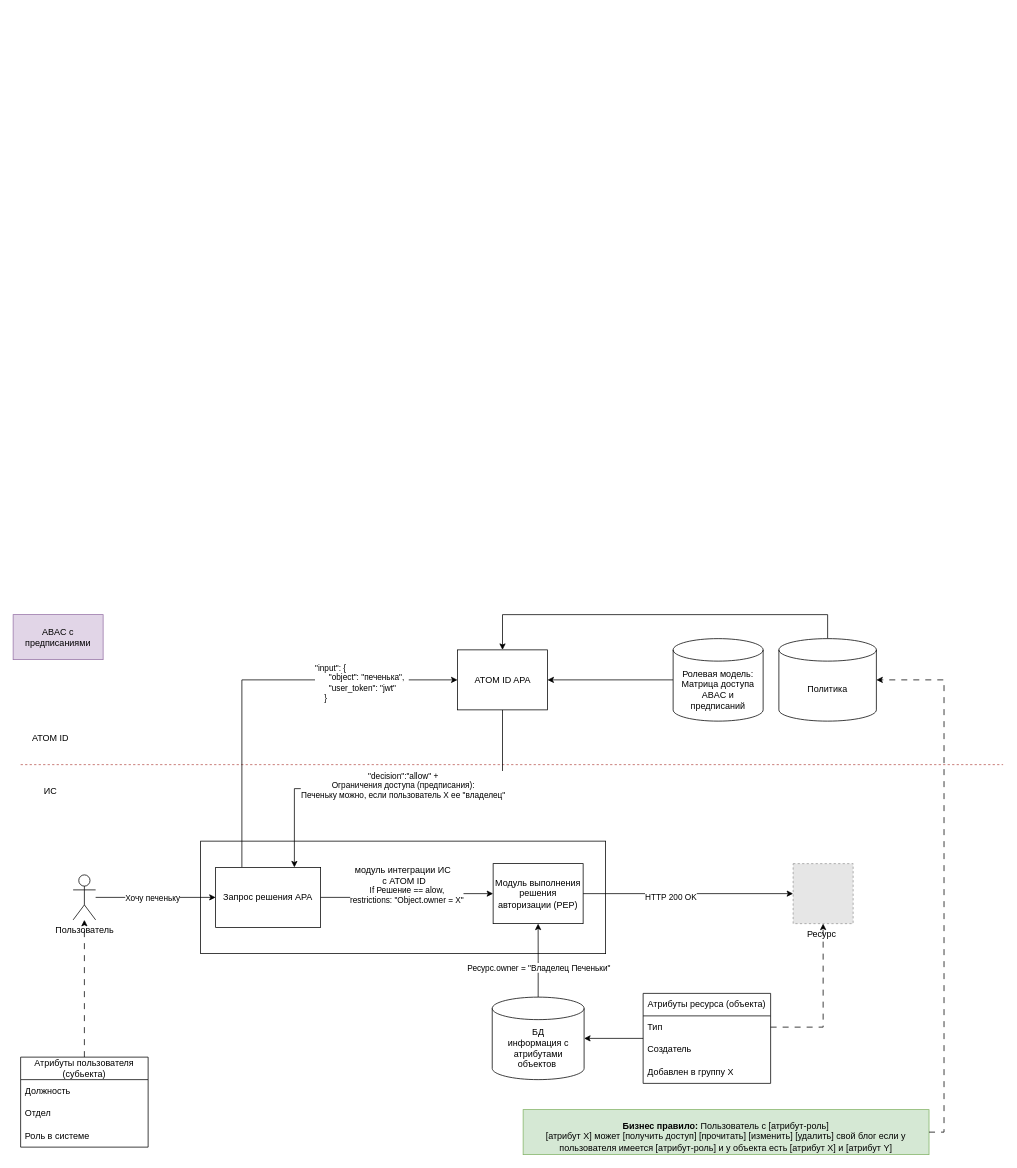
Above: page "АРХ.AUTHZ.ABAC3" (5 of 5) of AppSec/Арх.паттерны.drawio in FIR-UIII/notes (draw.io), before the change. Source tidied: cells renumbered, new cells numbered last; positions are measured from the earlier drawing's top-left corner, leaving out a move shared by most shapes. Both pictures are drawn from the tidied source at 75%, with x=0, y=0 at pixel (13, 614). Pictures stored in the file or linked from it are replaced by grey dashed boxes.
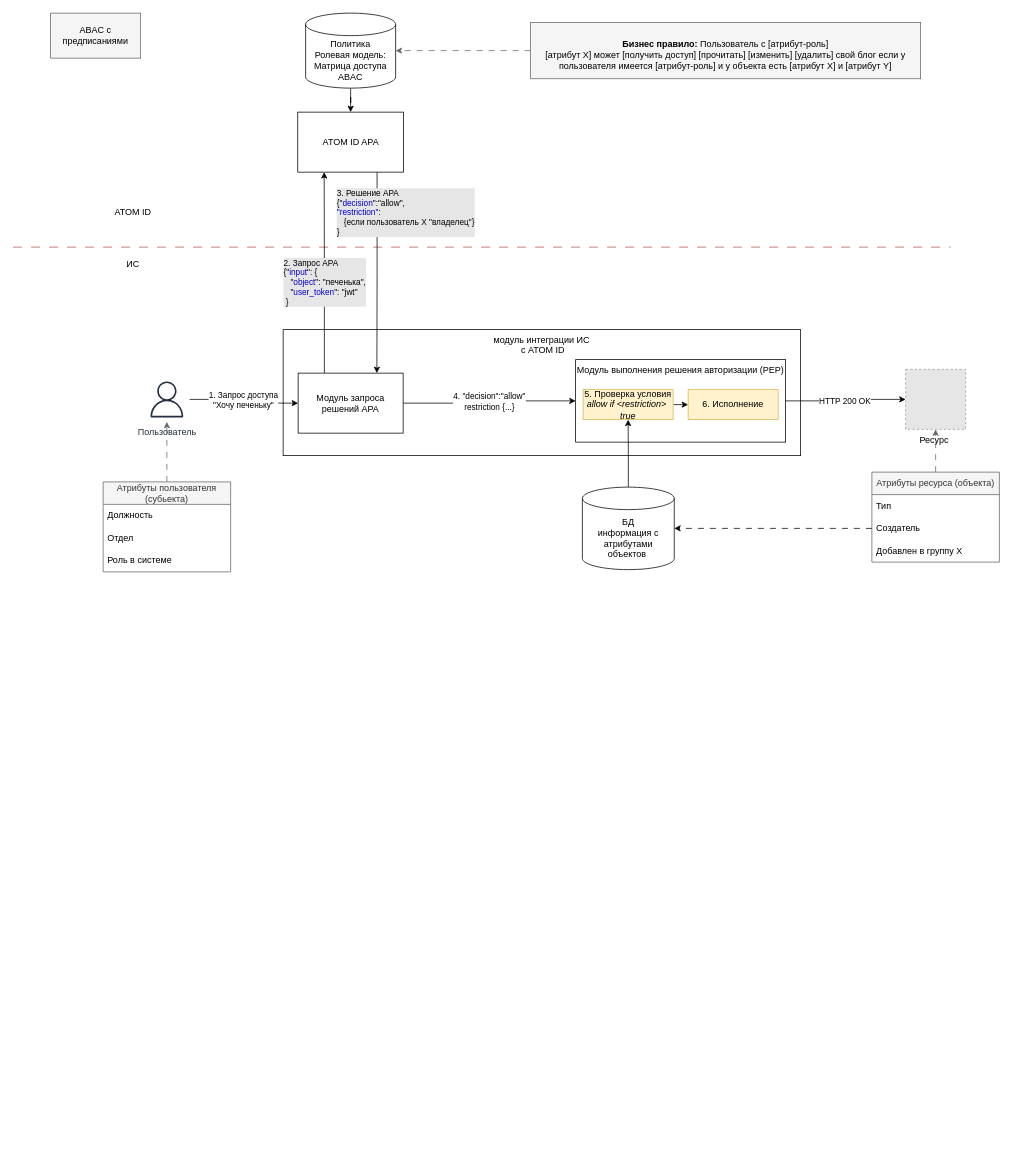
After the change.

The change refers to these unchanged cells:
```xml
<mxCell id="14" style="edgeStyle=orthogonalEdgeStyle;rounded=0;jettySize=auto;html=1;exitX=1;exitY=0.5;exitDx=0;exitDy=0;entryX=0;entryY=0.5;entryDx=0;entryDy=0;" parent="1" edge="1" source="7" target="16">
  <mxGeometry relative="1" as="geometry" />
</mxCell>
<mxCell id="25" value="Тип" style="text;strokeColor=none;fillColor=none;align=left;verticalAlign=middle;spacingLeft=4;spacingRight=4;overflow=hidden;points=[[0,0.5],[1,0.5]];portConstraint=eastwest;whiteSpace=wrap;html=1;" parent="24" vertex="1">
  <mxGeometry y="30" width="170" height="30" as="geometry" />
</mxCell>
<mxCell id="26" value="Создатель" style="text;strokeColor=none;fillColor=none;align=left;verticalAlign=middle;spacingLeft=4;spacingRight=4;overflow=hidden;points=[[0,0.5],[1,0.5]];portConstraint=eastwest;whiteSpace=wrap;html=1;" parent="24" vertex="1">
  <mxGeometry y="60" width="170" height="30" as="geometry" />
</mxCell>
```

Diff of the diagram source:
```diff
@@
-    <mxCell id="2" value="модуль интеграции ИС&lt;br&gt;&amp;nbsp;с ATOM ID&lt;br&gt;&lt;br&gt;&lt;br&gt;&lt;br&gt;&lt;div&gt;&lt;br/&gt;&lt;/div&gt;" style="rounded=0;whiteSpace=wrap;html=1;" parent="1" vertex="1">
-      <mxGeometry x="250" y="302" width="540" height="150" as="geometry" />
+    <mxCell id="2" value="модуль интеграции ИС&lt;br&gt;&amp;nbsp;с ATOM ID&lt;br&gt;&lt;br&gt;&lt;br&gt;&lt;br&gt;&lt;div&gt;&lt;br&gt;&lt;/div&gt;" style="rounded=0;whiteSpace=wrap;html=1;verticalAlign=top;" parent="1" vertex="1">
+      <mxGeometry x="360" y="-380" width="690" height="168" as="geometry" />
     </mxCell>
-    <mxCell id="3" style="edgeStyle=orthogonalEdgeStyle;rounded=0;jettySize=auto;html=1;entryX=1;entryY=0.5;entryDx=0;entryDy=0;entryPerimeter=0;" parent="1" edge="1" source="24" target="31">
-      <mxGeometry relative="1" as="geometry" />
-    </mxCell>
-    <mxCell id="4" style="endArrow=none;dashed=1;html=1;rounded=0;fillColor=#f8cecc;strokeColor=#b85450;" parent="1" edge="1">
-      <mxGeometry relative="1" as="geometry">
-        <mxPoint x="10" y="200" as="sourcePoint" />
-        <mxPoint x="1320" y="200" as="targetPoint" />
-      </mxGeometry>
-    </mxCell>
-    <mxCell id="5" style="edgeStyle=orthogonalEdgeStyle;rounded=0;jettySize=auto;html=1;entryX=0;entryY=0.5;entryDx=0;entryDy=0;exitX=0.25;exitY=0;exitDx=0;exitDy=0;" parent="1" edge="1" source="32" target="10">
-      <mxGeometry relative="1" as="geometry" />
-    </mxCell>
-    <mxCell id="6" value="&lt;span style=&quot;&quot;&gt;&quot;input&quot;: { &amp;nbsp; &amp;nbsp; &amp;nbsp;&lt;/span&gt;&lt;br style=&quot;&quot;&gt;&lt;span style=&quot;&quot;&gt;&amp;nbsp; &amp;nbsp; &amp;nbsp; &quot;object&quot;: &quot;печенька&quot;,&amp;nbsp;&amp;nbsp;&lt;/span&gt;&lt;br style=&quot;&quot;&gt;&lt;span style=&quot;&quot;&gt;&amp;nbsp; &amp;nbsp; &amp;nbsp; &quot;user_token&quot;: &quot;jwt&quot;&lt;/span&gt;&lt;br style=&quot;&quot;&gt;&lt;span style=&quot;&quot;&gt;&amp;nbsp; &amp;nbsp; }&lt;/span&gt;" style="edgeLabel;html=1;align=left;verticalAlign=middle;fontFamily=Helvetica;fontSize=11;fontColor=default;labelBackgroundColor=default;fillColor=none;gradientColor=none;" parent="5" vertex="1">
-      <mxGeometry x="0.35" y="-3" relative="1" as="geometry">
-        <mxPoint x="-17" as="offset" />
-      </mxGeometry>
-    </mxCell>
+    <mxCell id="41" style="endArrow=none;dashed=1;html=1;rounded=0;fillColor=#f8cecc;strokeColor=#b85450;dashPattern=12 12;" parent="1" edge="1">
+      <mxGeometry relative="1" as="geometry">
+        <mxPoint y="-490" as="sourcePoint" />
+        <mxPoint x="1250" y="-490" as="targetPoint" />
+      </mxGeometry>
+    </mxCell>
+    <mxCell id="42" style="edgeStyle=orthogonalEdgeStyle;rounded=0;jettySize=auto;html=1;entryX=0.25;entryY=1;entryDx=0;entryDy=0;exitX=0.25;exitY=0;exitDx=0;exitDy=0;" parent="1" edge="1" source="49" target="10">
+      <mxGeometry relative="1" as="geometry" />
+    </mxCell>
+    <mxCell id="43" value="&lt;div style=&quot;color: rgb(59, 59, 59); font-family: Consolas, &amp;quot;Courier New&amp;quot;, monospace; font-size: 14px; line-height: 19px; white-space-collapse: preserve;&quot;&gt;&lt;br&gt;&lt;/div&gt;" style="edgeLabel;html=1;align=center;verticalAlign=middle;" parent="42" vertex="1">
+      <mxGeometry x="-0.15" relative="1" as="geometry">
+        <mxPoint x="145" y="-38" as="offset" />
+      </mxGeometry>
+    </mxCell>
+    <mxCell id="44" value="2. Запрос APA&lt;div&gt;{&quot;&lt;font style=&quot;color: rgb(0, 0, 204);&quot;&gt;input&lt;/font&gt;&quot;: { &amp;nbsp; &amp;nbsp; &amp;nbsp; &lt;br&gt;&amp;nbsp; &amp;nbsp;&quot;&lt;font style=&quot;color: rgb(0, 0, 204);&quot;&gt;object&lt;/font&gt;&quot;: &quot;печенька&quot;,&lt;br&gt;&amp;nbsp; &amp;nbsp;&quot;&lt;font style=&quot;color: rgb(0, 0, 204);&quot;&gt;user_token&lt;/font&gt;&quot;: &quot;jwt&quot;&lt;br&gt;&amp;nbsp;}&lt;/div&gt;" style="edgeLabel;html=1;align=left;verticalAlign=middle;spacing=0;labelBackgroundColor=#E6E6E6;" parent="42" vertex="1">
+      <mxGeometry x="0.32" relative="1" as="geometry">
+        <mxPoint x="-54" y="55" as="offset" />
+      </mxGeometry>
+    </mxCell>
-    <mxCell id="7" value="Модуль выполнения решения авторизации (&lt;span style=&quot;background-color: initial;&quot;&gt;PEP)&lt;/span&gt;" style="rounded=0;whiteSpace=wrap;html=1;" parent="1" vertex="1">
-      <mxGeometry x="640" y="332" width="120" height="80" as="geometry" />
+    <mxCell id="7" value="Модуль выполнения решения авторизации (&lt;span style=&quot;background-color: initial;&quot;&gt;PEP)&lt;/span&gt;" style="rounded=0;whiteSpace=wrap;html=1;verticalAlign=top;" parent="1" vertex="1">
+      <mxGeometry x="750" y="-340" width="280" height="110" as="geometry" />
     </mxCell>
-    <mxCell id="8" style="edgeStyle=orthogonalEdgeStyle;rounded=0;jettySize=auto;html=1;exitX=0.5;exitY=1;exitDx=0;exitDy=0;entryX=0.75;entryY=0;entryDx=0;entryDy=0;" parent="1" edge="1" source="10" target="32">
-      <mxGeometry relative="1" as="geometry" />
-    </mxCell>
-    <mxCell id="9" value="&quot;decision&quot;:&quot;allow&quot; +&lt;br&gt;&lt;div&gt;Ограничения доступа (предписания):&lt;br&gt;Печеньку можно, если пользователь Х ее &quot;владелец&quot;&lt;/div&gt;" style="edgeLabel;html=1;align=center;verticalAlign=middle;labelBackgroundColor=default;" parent="8" vertex="1">
-      <mxGeometry x="0.16" relative="1" as="geometry">
-        <mxPoint x="45" y="-5" as="offset" />
-      </mxGeometry>
-    </mxCell>
+    <mxCell id="45" style="edgeStyle=orthogonalEdgeStyle;rounded=0;jettySize=auto;html=1;exitX=0.75;exitY=1;exitDx=0;exitDy=0;entryX=0.75;entryY=0;entryDx=0;entryDy=0;" parent="1" edge="1" source="10" target="49">
+      <mxGeometry relative="1" as="geometry" />
+    </mxCell>
+    <mxCell id="46" value="3. Решение APA&lt;div&gt;{&quot;&lt;font style=&quot;color: rgb(0, 0, 204);&quot;&gt;decision&lt;/font&gt;&quot;:&quot;allow&quot;,&lt;/div&gt;&lt;div&gt;&lt;font style=&quot;color: rgb(0, 0, 204);&quot;&gt;&quot;restriction&quot;&lt;/font&gt;:&amp;nbsp;&lt;/div&gt;&lt;div&gt;&amp;nbsp; &amp;nbsp;{&lt;span style=&quot;background-color: light-dark(rgb(230, 230, 230), rgb(39, 39, 39)); color: light-dark(rgb(0, 0, 0), rgb(255, 255, 255));&quot;&gt;если пользователь Х &quot;владелец&quot;&lt;/span&gt;&lt;span style=&quot;background-color: light-dark(rgb(230, 230, 230), rgb(39, 39, 39)); color: light-dark(rgb(0, 0, 0), rgb(255, 255, 255));&quot;&gt;}&lt;/span&gt;&lt;/div&gt;&lt;div&gt;&lt;span style=&quot;background-color: light-dark(rgb(230, 230, 230), rgb(39, 39, 39)); color: light-dark(rgb(0, 0, 0), rgb(255, 255, 255));&quot;&gt;}&lt;/span&gt;&lt;/div&gt;" style="edgeLabel;html=1;align=left;verticalAlign=middle;labelBackgroundColor=#E6E6E6;" parent="45" vertex="1">
+      <mxGeometry x="0.16" relative="1" as="geometry">
+        <mxPoint x="-55" y="-102" as="offset" />
+      </mxGeometry>
+    </mxCell>
     <mxCell id="10" value="ATOM ID APA" style="rounded=0;whiteSpace=wrap;html=1;" parent="1" vertex="1">
-      <mxGeometry x="592.5" y="47" width="120" height="80" as="geometry" />
+      <mxGeometry x="379.5" y="-670" width="141" height="80" as="geometry" />
     </mxCell>
-    <mxCell id="11" style="edgeStyle=orthogonalEdgeStyle;rounded=0;jettySize=auto;html=1;entryX=0;entryY=0.5;entryDx=0;entryDy=0;" parent="1" edge="1" source="13" target="32">
-      <mxGeometry relative="1" as="geometry" />
-    </mxCell>
-    <mxCell id="12" value="Хочу печеньку" style="edgeLabel;html=1;align=center;verticalAlign=middle;" parent="11" vertex="1">
-      <mxGeometry x="-0.16" y="-1" relative="1" as="geometry">
-        <mxPoint x="8" y="-1" as="offset" />
-      </mxGeometry>
-    </mxCell>
-    <mxCell id="13" value="Пользователь" style="shape=umlActor;verticalLabelPosition=bottom;verticalAlign=top;html=1;outlineConnect=0;" parent="1" vertex="1">
-      <mxGeometry x="80" y="347" width="30" height="60" as="geometry" />
-    </mxCell>
+    <mxCell id="47" style="edgeStyle=orthogonalEdgeStyle;rounded=0;jettySize=auto;html=1;entryX=0;entryY=0.5;entryDx=0;entryDy=0;" parent="1" edge="1" source="13" target="49">
+      <mxGeometry relative="1" as="geometry" />
+    </mxCell>
+    <mxCell id="48" value="1. Запрос доступа&lt;div&gt;&quot;Хочу печеньку&quot;&lt;/div&gt;" style="edgeLabel;html=1;align=center;verticalAlign=middle;" parent="47" vertex="1">
+      <mxGeometry x="-0.16" y="-1" relative="1" as="geometry">
+        <mxPoint x="8" y="-1" as="offset" />
+      </mxGeometry>
+    </mxCell>
@@
     <mxCell id="15" value="HTTP 200 OK" style="edgeLabel;html=1;align=center;verticalAlign=middle;" parent="14" vertex="1">
       <mxGeometry x="-0.18" y="-4" relative="1" as="geometry">
-        <mxPoint x="1" as="offset" />
+        <mxPoint x="12" y="-4" as="offset" />
       </mxGeometry>
     </mxCell>
     <mxCell id="16" value="Ресурс " style="fillColor=#E6E6E6;strokeColor=#999999;dashed=1;verticalLabelPosition=bottom;labelBackgroundColor=default;verticalAlign=top;" parent="1" vertex="1">
-      <mxGeometry x="1040" y="332" width="80" height="80" as="geometry" />
+      <mxGeometry x="1190" y="-327" width="80" height="80" as="geometry" />
     </mxCell>
-    <mxCell id="17" style="edgeStyle=orthogonalEdgeStyle;rounded=0;jettySize=auto;html=1;exitX=0;exitY=0.5;exitDx=0;exitDy=0;exitPerimeter=0;entryX=1;entryY=0.5;entryDx=0;entryDy=0;" parent="1" edge="1" source="18" target="10">
-      <mxGeometry relative="1" as="geometry" />
-    </mxCell>
-    <mxCell id="18" value="Ролевая модель:&lt;br&gt;Матрица доступа ABAC и предписаний" style="shape=cylinder3;whiteSpace=wrap;html=1;boundedLbl=1;backgroundOutline=1;size=15;" parent="1" vertex="1">
-      <mxGeometry x="880" y="32" width="120" height="110" as="geometry" />
-    </mxCell>
-    <mxCell id="19" style="edgeStyle=orthogonalEdgeStyle;rounded=0;jettySize=auto;html=1;dashed=1;dashPattern=8 8;" parent="1" edge="1" source="20" target="13">
+    <mxCell id="19" style="edgeStyle=orthogonalEdgeStyle;rounded=0;jettySize=auto;html=1;dashed=1;dashPattern=8 8;fillColor=#f5f5f5;strokeColor=#666666;exitX=0.5;exitY=0;exitDx=0;exitDy=0;" parent="1" edge="1" source="20" target="13">
       <mxGeometry relative="1" as="geometry" />
     </mxCell>
+    <mxCell id="28" value="ATOM ID" style="text;html=1;align=center;verticalAlign=middle;whiteSpace=wrap;rounded=0;" parent="1" vertex="1">
+      <mxGeometry x="130" y="-552" width="60" height="30" as="geometry" />
+    </mxCell>
+    <mxCell id="49" value="Модуль запроса решений APA" style="rounded=0;whiteSpace=wrap;html=1;" parent="1" vertex="1">
+      <mxGeometry x="380" y="-322" width="140" height="80" as="geometry" />
+    </mxCell>
+    <mxCell id="50" value="4. &quot;decision&quot;:&quot;allow&quot;&lt;div&gt;restriction {...}&lt;/div&gt;" style="edgeStyle=orthogonalEdgeStyle;rounded=0;jettySize=auto;html=1;entryX=0;entryY=0.5;entryDx=0;entryDy=0;exitX=1;exitY=0.5;exitDx=0;exitDy=0;" parent="1" edge="1" source="49" target="7">
+      <mxGeometry relative="1" as="geometry" />
+    </mxCell>
+    <mxCell id="36" value="ИС" style="text;html=1;align=center;verticalAlign=middle;whiteSpace=wrap;rounded=0;" parent="1" vertex="1">
+      <mxGeometry x="130" y="-482" width="60" height="30" as="geometry" />
+    </mxCell>
+    <mxCell id="34" value="&lt;span style=&quot;color: rgb(0, 0, 0);&quot;&gt;ABAC c предписаниями&lt;/span&gt;" style="rounded=0;whiteSpace=wrap;html=1;fillColor=#f5f5f5;strokeColor=#666666;fontColor=#333333;" parent="1" vertex="1">
+      <mxGeometry x="50" y="-802" width="120" height="60" as="geometry" />
+    </mxCell>
+    <mxCell id="51" style="edgeStyle=orthogonalEdgeStyle;rounded=0;jettySize=auto;html=1;entryX=0.5;entryY=1;entryDx=0;entryDy=0;dashed=1;dashPattern=8 8;fillColor=#f5f5f5;strokeColor=#666666;exitX=0.5;exitY=0;exitDx=0;exitDy=0;" parent="1" edge="1" source="24" target="16">
+      <mxGeometry relative="1" as="geometry" />
+    </mxCell>
+    <mxCell id="52" style="edgeStyle=orthogonalEdgeStyle;rounded=0;jettySize=auto;html=1;entryX=0.5;entryY=0;entryDx=0;entryDy=0;" parent="1" edge="1" source="53" target="10">
+      <mxGeometry relative="1" as="geometry" />
+    </mxCell>
+    <mxCell id="53" value="Политика&lt;div&gt;Ролевая модель:&lt;br&gt;Матрица доступа ABAC&lt;/div&gt;" style="shape=cylinder3;whiteSpace=wrap;html=1;boundedLbl=1;backgroundOutline=1;size=15;" parent="1" vertex="1">
+      <mxGeometry x="390" y="-802" width="120" height="100" as="geometry" />
+    </mxCell>
+    <mxCell id="39" value="&lt;p style=&quot;margin-bottom:0cm;margin-bottom:.0001pt;line-height:&amp;lt;br/&amp;gt;normal&quot; class=&quot;MsoNormal&quot;&gt;&lt;span style=&quot;color: rgb(0, 0, 0); font-size: 9pt;&quot;&gt;&lt;b&gt;Бизнес правило:&lt;/b&gt;&amp;nbsp;Пользователь с [атрибут-роль]&lt;br&gt;[атрибут X] может [получить доступ] [прочитать] [изменить] [удалить] свой блог если у&lt;br&gt;пользователя имеется&amp;nbsp;&lt;/span&gt;&lt;span style=&quot;color: rgb(0, 0, 0);&quot;&gt;[атрибут-роль] и&amp;nbsp;&lt;/span&gt;&lt;span style=&quot;color: rgb(0, 0, 0); font-size: 9pt;&quot;&gt;у объекта есть [атрибут X] и&amp;nbsp;&lt;/span&gt;&lt;span style=&quot;color: light-dark(rgb(0, 0, 0), rgb(255, 255, 255)); background-color: transparent;&quot;&gt;[атрибут Y]&lt;/span&gt;&lt;/p&gt;" style="rounded=0;whiteSpace=wrap;html=1;fillColor=#f5f5f5;strokeColor=#666666;fontColor=#333333;" parent="1" vertex="1">
+      <mxGeometry x="690" y="-789.5" width="520" height="75" as="geometry" />
+    </mxCell>
+    <mxCell id="13" value="Пользователь" style="sketch=0;outlineConnect=0;fontColor=#232F3E;gradientColor=none;strokeColor=#232F3E;fillColor=#ffffff;dashed=0;verticalLabelPosition=bottom;verticalAlign=top;align=center;html=1;fontSize=12;fontStyle=0;shape=mxgraph.aws4.resourceIcon;resIcon=mxgraph.aws4.user;" parent="1" vertex="1">
+      <mxGeometry x="175" y="-317" width="60" height="60" as="geometry" />
+    </mxCell>
+    <mxCell id="54" style="edgeStyle=orthogonalEdgeStyle;rounded=0;jettySize=auto;html=1;entryX=1;entryY=0.5;entryDx=0;entryDy=0;entryPerimeter=0;fillColor=#f5f5f5;strokeColor=#666666;dashed=1;dashPattern=8 8;" parent="1" edge="1" source="39" target="53">
+      <mxGeometry relative="1" as="geometry" />
+    </mxCell>
-    <mxCell id="20" value="Атрибуты пользователя (субьекта)" style="swimlane;fontStyle=0;horizontal=1;startSize=30;whiteSpace=wrap;html=1;" parent="1" vertex="1">
-      <mxGeometry x="10" y="590" width="170" height="120" as="geometry" />
+    <mxCell id="20" value="Атрибуты пользователя (субьекта)" style="swimlane;fontStyle=0;horizontal=1;startSize=30;whiteSpace=wrap;html=1;fillColor=#f5f5f5;fontColor=#333333;strokeColor=#666666;" parent="1" vertex="1">
+      <mxGeometry x="120" y="-177" width="170" height="120" as="geometry" />
     </mxCell>
@@
-    <mxCell id="24" value="Атрибуты ресурса (объекта)" style="swimlane;fontStyle=0;horizontal=1;startSize=30;whiteSpace=wrap;html=1;" parent="1" vertex="1">
-      <mxGeometry x="840" y="505" width="170" height="120" as="geometry" />
+    <mxCell id="24" value="Атрибуты ресурса (объекта)" style="swimlane;fontStyle=0;horizontal=1;startSize=30;whiteSpace=wrap;html=1;fillColor=#f5f5f5;fontColor=#333333;strokeColor=#666666;" parent="1" vertex="1">
+      <mxGeometry x="1145" y="-190" width="170" height="120" as="geometry" />
     </mxCell>
@@
-    <mxCell id="28" value="ATOM ID" style="text;html=1;align=center;verticalAlign=middle;whiteSpace=wrap;rounded=0;" parent="1" vertex="1">
-      <mxGeometry x="20" y="150" width="60" height="30" as="geometry" />
-    </mxCell>
-    <mxCell id="29" style="edgeStyle=orthogonalEdgeStyle;rounded=0;jettySize=auto;html=1;exitX=0.5;exitY=0;exitDx=0;exitDy=0;exitPerimeter=0;entryX=0.5;entryY=1;entryDx=0;entryDy=0;" parent="1" edge="1" source="31" target="7">
-      <mxGeometry relative="1" as="geometry" />
-    </mxCell>
-    <mxCell id="30" value="Ресурс.owner = &quot;Владелец Печеньки&quot;" style="edgeLabel;html=1;align=center;verticalAlign=middle;" parent="29" vertex="1">
-      <mxGeometry x="0.22" y="-4" relative="1" as="geometry">
-        <mxPoint x="-4" y="20" as="offset" />
-      </mxGeometry>
-    </mxCell>
+    <mxCell id="55" style="edgeStyle=orthogonalEdgeStyle;rounded=0;jettySize=auto;html=1;exitX=0.5;exitY=0;exitDx=0;exitDy=0;exitPerimeter=0;entryX=0.5;entryY=1;entryDx=0;entryDy=0;" parent="1" edge="1" source="31" target="58">
+      <mxGeometry relative="1" as="geometry" />
+    </mxCell>
     <mxCell id="31" value="БД&lt;div&gt;информация c атрибутами объектов&amp;nbsp;&lt;/div&gt;" style="shape=cylinder3;whiteSpace=wrap;html=1;boundedLbl=1;backgroundOutline=1;size=15;" parent="1" vertex="1">
-      <mxGeometry x="638.8" y="510" width="122.5" height="110" as="geometry" />
+      <mxGeometry x="759" y="-170" width="122.5" height="110" as="geometry" />
     </mxCell>
-    <mxCell id="32" value="Запрос решения APA" style="rounded=0;whiteSpace=wrap;html=1;" parent="1" vertex="1">
-      <mxGeometry x="270" y="337" width="140" height="80" as="geometry" />
-    </mxCell>
-    <mxCell id="33" value="If Решение == alow, &lt;br&gt;restrictions: &quot;Object.owner = X&quot;" style="edgeStyle=orthogonalEdgeStyle;rounded=0;jettySize=auto;html=1;entryX=0;entryY=0.5;entryDx=0;entryDy=0;exitX=1;exitY=0.5;exitDx=0;exitDy=0;" parent="1" edge="1" source="32" target="7">
-      <mxGeometry relative="1" as="geometry" />
-    </mxCell>
-    <mxCell id="34" value="ABAC c предписаниями" style="rounded=0;whiteSpace=wrap;html=1;fillColor=#e1d5e7;strokeColor=#9673a6;" parent="1" vertex="1">
-      <mxGeometry width="120" height="60" as="geometry" />
-    </mxCell>
-    <mxCell id="35" style="edgeStyle=orthogonalEdgeStyle;rounded=0;jettySize=auto;html=1;exitX=1;exitY=0.5;exitDx=0;exitDy=0;entryX=0.5;entryY=1;entryDx=0;entryDy=0;dashed=1;dashPattern=8 8;" parent="1" edge="1" source="25" target="16">
-      <mxGeometry relative="1" as="geometry" />
-    </mxCell>
-    <mxCell id="36" value="ИС" style="text;html=1;align=center;verticalAlign=middle;whiteSpace=wrap;rounded=0;" parent="1" vertex="1">
-      <mxGeometry x="20" y="220" width="60" height="30" as="geometry" />
-    </mxCell>
-    <mxCell id="37" style="edgeStyle=orthogonalEdgeStyle;rounded=0;jettySize=auto;html=1;entryX=0.5;entryY=0;entryDx=0;entryDy=0;" parent="1" edge="1" source="38" target="10">
-      <mxGeometry relative="1" as="geometry">
-        <Array as="points">
-          <mxPoint x="1086" />
-          <mxPoint x="653" />
-        </Array>
-      </mxGeometry>
-    </mxCell>
-    <mxCell id="38" value="Политика" style="shape=cylinder3;whiteSpace=wrap;html=1;boundedLbl=1;backgroundOutline=1;size=15;" parent="1" vertex="1">
-      <mxGeometry x="1021" y="32" width="130" height="110" as="geometry" />
-    </mxCell>
-    <mxCell id="39" value="&lt;p style=&quot;margin-bottom:0cm;margin-bottom:.0001pt;line-height:&amp;lt;br/&amp;gt;normal&quot; class=&quot;MsoNormal&quot;&gt;&lt;span style=&quot;font-size:9.0pt;mso-bidi-font-size:11.0pt&quot;&gt;&lt;b&gt;Бизнес правило:&lt;/b&gt; Пользователь с [атрибут-роль]&lt;br&gt;[атрибут X] может [получить доступ] [прочитать] [изменить] [удалить] свой блог если у&lt;br&gt;пользователя имеется&amp;nbsp;&lt;/span&gt;[атрибут-роль] и&amp;nbsp;&lt;span style=&quot;font-size:9.0pt;mso-bidi-font-size:11.0pt&quot;&gt;у объекта есть [атрибут X] и&amp;nbsp;&lt;/span&gt;&lt;span style=&quot;background-color: transparent; color: light-dark(rgb(0, 0, 0), rgb(255, 255, 255));&quot;&gt;[атрибут Y]&lt;/span&gt;&lt;/p&gt;" style="rounded=0;whiteSpace=wrap;html=1;fillColor=#d5e8d4;strokeColor=#82b366;" parent="1" vertex="1">
-      <mxGeometry x="680" y="660" width="541.2" height="60" as="geometry" />
-    </mxCell>
-    <mxCell id="40" style="edgeStyle=orthogonalEdgeStyle;rounded=0;jettySize=auto;html=1;entryX=1;entryY=0.5;entryDx=0;entryDy=0;entryPerimeter=0;dashed=1;dashPattern=8 8;exitX=1;exitY=0.5;exitDx=0;exitDy=0;" parent="1" edge="1" source="39" target="38">
-      <mxGeometry relative="1" as="geometry" />
-    </mxCell>
+    <mxCell id="56" style="edgeStyle=orthogonalEdgeStyle;rounded=0;jettySize=auto;html=1;exitX=0;exitY=0.5;exitDx=0;exitDy=0;entryX=1;entryY=0.5;entryDx=0;entryDy=0;entryPerimeter=0;dashed=1;dashPattern=8 8;" parent="1" edge="1" source="26" target="31">
+      <mxGeometry relative="1" as="geometry" />
+    </mxCell>
+    <mxCell id="57" style="edgeStyle=orthogonalEdgeStyle;rounded=0;jettySize=auto;html=1;exitX=1;exitY=0.5;exitDx=0;exitDy=0;entryX=0;entryY=0.5;entryDx=0;entryDy=0;" parent="1" edge="1" source="58" target="59">
+      <mxGeometry relative="1" as="geometry" />
+    </mxCell>
+    <mxCell id="58" value="5. Проверка условия&lt;div&gt;&lt;i&gt;allow if &amp;lt;restriction&amp;gt;&amp;nbsp; true&lt;/i&gt;&lt;/div&gt;" style="rounded=0;whiteSpace=wrap;html=1;fillColor=#fff2cc;strokeColor=#d6b656;" parent="1" vertex="1">
+      <mxGeometry x="760" y="-300" width="120" height="40" as="geometry" />
+    </mxCell>
+    <mxCell id="59" value="6. Исполнение" style="rounded=0;whiteSpace=wrap;html=1;fillColor=#fff2cc;strokeColor=#d6b656;" parent="1" vertex="1">
+      <mxGeometry x="900" y="-300" width="120" height="40" as="geometry" />
+    </mxCell>
```
